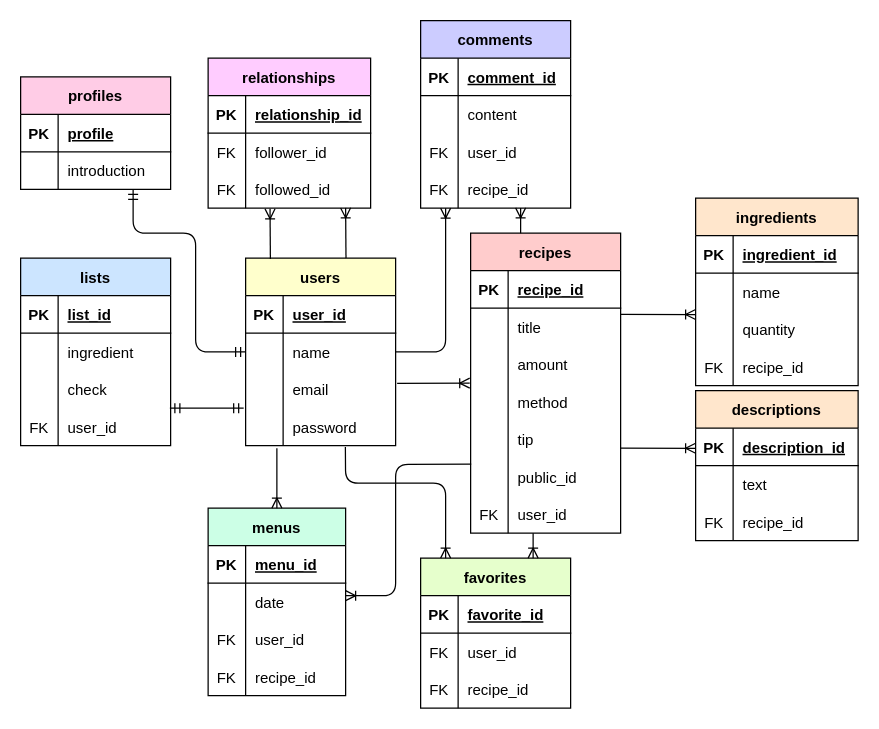
Earlier version of the draw.io diagram config/table.dio (yuuuuki15/recipe_app). Source tidied: cells renumbered, new cells numbered last; positions are measured from the earlier drawing's top-left corner, leaving out a move shared by most shapes. Both pictures are drawn from the tidied source at 125%, with x=0, y=0 at pixel (20, 20).
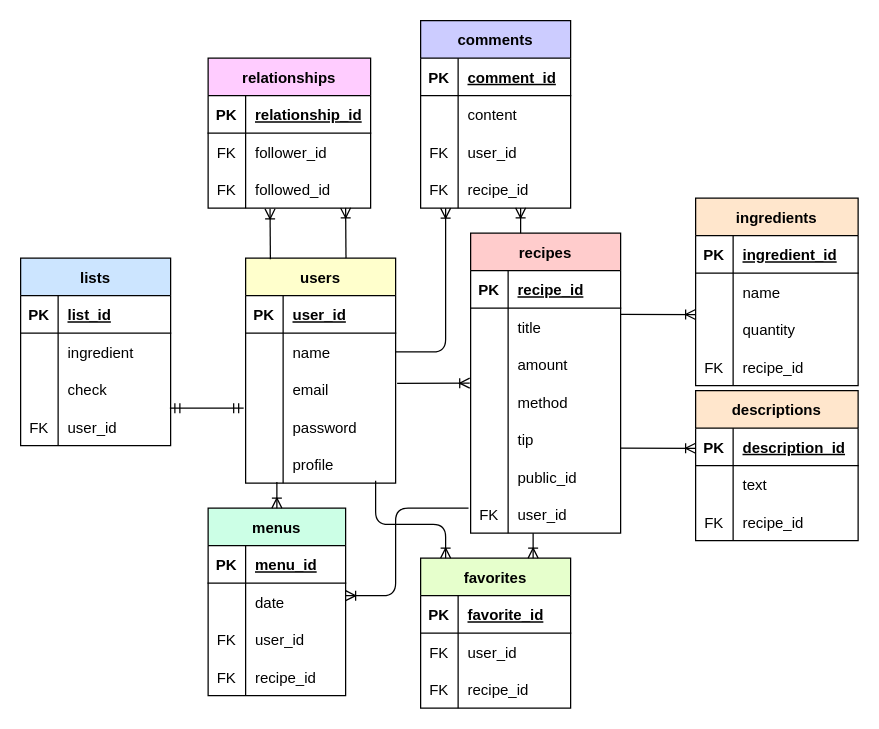
The same page after the edit.

Unchanged cells that the change refers to:
```xml
<mxCell id="6" style="shape=partialRectangle;fillColor=none;top=0;left=0;bottom=0;right=0;points=[[0,0.5],[1,0.5]];portConstraint=eastwest;" parent="2" vertex="1">
  <mxGeometry y="60" width="120" height="30" as="geometry" />
</mxCell>
<mxCell id="12" style="shape=partialRectangle;fillColor=none;top=0;left=0;bottom=0;right=0;points=[[0,0.5],[1,0.5]];portConstraint=eastwest;" parent="2" vertex="1">
  <mxGeometry y="120" width="120" height="30" as="geometry" />
</mxCell>
<mxCell id="31" style="shape=partialRectangle;fillColor=none;top=0;left=0;bottom=0;right=0;points=[[0,0.5],[1,0.5]];portConstraint=eastwest;" parent="15" vertex="1">
  <mxGeometry y="180" width="120" height="30" as="geometry" />
</mxCell>
<mxCell id="34" style="shape=partialRectangle;fillColor=none;top=0;left=0;bottom=0;right=0;points=[[0,0.5],[1,0.5]];portConstraint=eastwest;" parent="15" vertex="1">
  <mxGeometry y="210" width="120" height="30" as="geometry" />
</mxCell>
<mxCell id="73" value="menus" style="shape=table;startSize=30;childLayout=tableLayout;rowLines=0;fontStyle=1;align=center;fontColor=#000000;fillColor=#CCFFE6;" parent="1" vertex="1">
  <mxGeometry x="150" y="390" width="110" height="150" as="geometry" />
</mxCell>
```

The edit, as a diff of the source:
```diff
@@
     <mxCell id="2" value="users" style="shape=table;startSize=30;childLayout=tableLayout;rowLines=0;fontStyle=1;align=center;swimlaneFillColor=none;fillColor=#FFFFCC;fontColor=#000000;" parent="1" vertex="1">
-      <mxGeometry x="180" y="190" width="120" height="150" as="geometry" />
+      <mxGeometry x="180" y="190" width="120" height="180" as="geometry" />
     </mxCell>
@@
+    <mxCell id="139" style="shape=partialRectangle;fillColor=none;top=0;left=0;bottom=0;right=0;" parent="2" vertex="1">
+      <mxGeometry y="150" width="120" height="30" as="geometry" />
+    </mxCell>
+    <mxCell id="104" style="shape=partialRectangle;fillColor=none;top=0;left=0;bottom=0;right=0;overflow=hidden;" parent="139" vertex="1">
+      <mxGeometry width="30" height="30" as="geometry" />
+    </mxCell>
+    <mxCell id="102" value="profile" style="shape=partialRectangle;fillColor=none;top=0;left=0;bottom=0;right=0;align=left;spacingLeft=6;overflow=hidden;" parent="139" vertex="1">
+      <mxGeometry x="30" width="90" height="30" as="geometry" />
+    </mxCell>
@@
-    <mxCell id="99" value="profiles" style="shape=table;startSize=30;childLayout=tableLayout;rowLines=0;fontStyle=1;align=center;fillColor=#FFCCE6;fontColor=#000000;" parent="1" vertex="1">
-      <mxGeometry y="45" width="120" height="90" as="geometry" />
-    </mxCell>
-    <mxCell id="100" style="shape=partialRectangle;fillColor=none;top=0;left=0;bottom=1;right=0;" parent="99" vertex="1">
-      <mxGeometry y="30" width="120" height="30" as="geometry" />
-    </mxCell>
-    <mxCell id="101" value="PK" style="shape=partialRectangle;fillColor=none;top=0;left=0;bottom=0;right=0;fontStyle=1;overflow=hidden;" parent="100" vertex="1">
-      <mxGeometry width="30" height="30" as="geometry" />
-    </mxCell>
-    <mxCell id="102" value="profile" style="shape=partialRectangle;fillColor=none;top=0;left=0;bottom=0;right=0;align=left;spacingLeft=6;fontStyle=5;overflow=hidden;" parent="100" vertex="1">
-      <mxGeometry x="30" width="90" height="30" as="geometry" />
-    </mxCell>
-    <mxCell id="103" style="shape=partialRectangle;fillColor=none;top=0;left=0;bottom=0;right=0;" parent="99" vertex="1">
-      <mxGeometry y="60" width="120" height="30" as="geometry" />
-    </mxCell>
-    <mxCell id="104" style="shape=partialRectangle;fillColor=none;top=0;left=0;bottom=0;right=0;overflow=hidden;" parent="103" vertex="1">
-      <mxGeometry width="30" height="30" as="geometry" />
-    </mxCell>
-    <mxCell id="105" value="introduction" style="shape=partialRectangle;fillColor=none;top=0;left=0;bottom=0;right=0;align=left;spacingLeft=6;overflow=hidden;" parent="103" vertex="1">
-      <mxGeometry x="30" width="90" height="30" as="geometry" />
-    </mxCell>
@@
-    <mxCell id="121" style="edgeStyle=orthogonalEdgeStyle;fontSize=12;html=1;endArrow=ERmandOne;startArrow=ERmandOne;entryX=0.75;entryY=1;entryDx=0;entryDy=0;exitX=0;exitY=0.5;exitDx=0;exitDy=0;" parent="1" edge="1" source="6" target="99">
-      <mxGeometry relative="1" as="geometry">
-        <Array as="points">
-          <mxPoint x="140" y="265" />
-          <mxPoint x="140" y="170" />
-          <mxPoint x="90" y="170" />
-        </Array>
-      </mxGeometry>
-    </mxCell>
     <mxCell id="122" style="fontSize=12;html=1;endArrow=ERoneToMany;entryX=0.5;entryY=0;entryDx=0;entryDy=0;" parent="1" edge="1" target="73">
       <mxGeometry relative="1" as="geometry">
-        <mxPoint x="205" y="342" as="sourcePoint" />
+        <mxPoint x="205" y="369" as="sourcePoint" />
       </mxGeometry>
     </mxCell>
-    <mxCell id="123" style="fontSize=12;html=1;endArrow=ERoneToMany;exitX=0.004;exitY=0.157;exitDx=0;exitDy=0;exitPerimeter=0;" parent="1" edge="1" source="31">
+    <mxCell id="123" style="fontSize=12;html=1;endArrow=ERoneToMany;exitX=-0.014;exitY=0.335;exitDx=0;exitDy=0;exitPerimeter=0;" parent="1" edge="1" source="34">
       <mxGeometry relative="1" as="geometry">
         <mxPoint x="260" y="460" as="targetPoint" />
         <Array as="points">
-          <mxPoint x="300" y="355" />
+          <mxPoint x="300" y="390" />
           <mxPoint x="300" y="460" />
         </Array>
       </mxGeometry>
     </mxCell>
@@
-    <mxCell id="125" style="fontSize=12;html=1;endArrow=ERoneToMany;entryX=0.75;entryY=0;entryDx=0;entryDy=0;exitX=0.665;exitY=1.034;exitDx=0;exitDy=0;exitPerimeter=0;" parent="1" edge="1" source="12">
+    <mxCell id="125" style="fontSize=12;html=1;endArrow=ERoneToMany;entryX=0.75;entryY=0;entryDx=0;entryDy=0;" parent="1" edge="1">
       <mxGeometry relative="1" as="geometry">
+        <mxPoint x="284" y="368" as="sourcePoint" />
         <mxPoint x="340" y="430" as="targetPoint" />
         <Array as="points">
-          <mxPoint x="260" y="370" />
-          <mxPoint x="340" y="370" />
+          <mxPoint x="284" y="403" />
+          <mxPoint x="340" y="403" />
         </Array>
       </mxGeometry>
     </mxCell>
```
